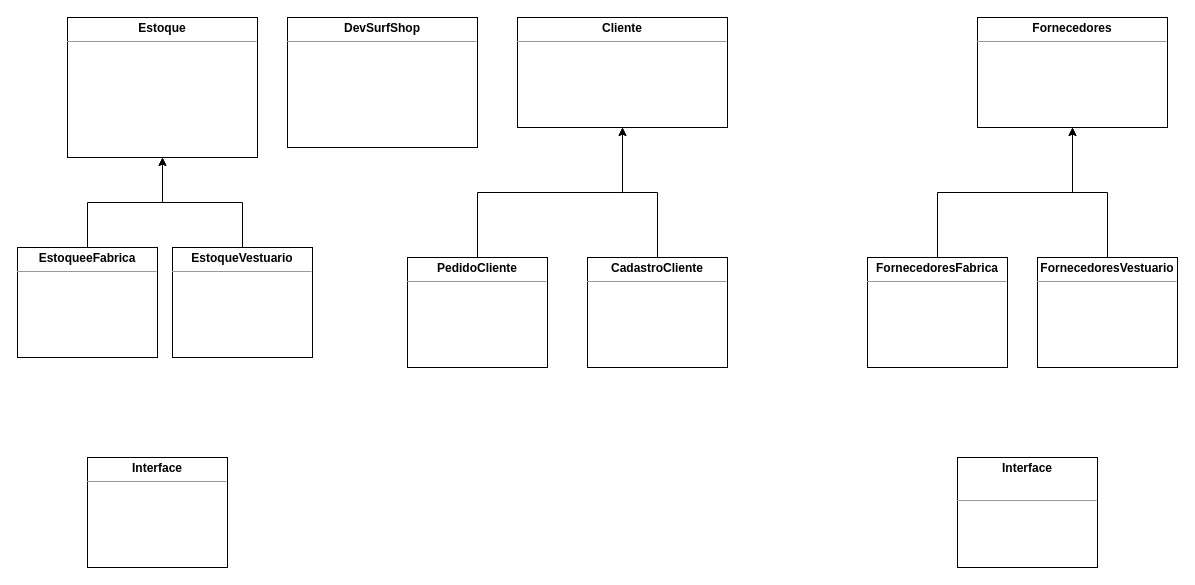
caionps/DevSurfShop keeps this draw.io diagram as Untitled Diagram.drawio. Above is the earlier version. Source tidied: cells renumbered, new cells numbered last; positions are measured from the earlier drawing's top-left corner, leaving out a move shared by most shapes. Both pictures are drawn from the tidied source at 100%, with x=0, y=0 at pixel (17, 17).
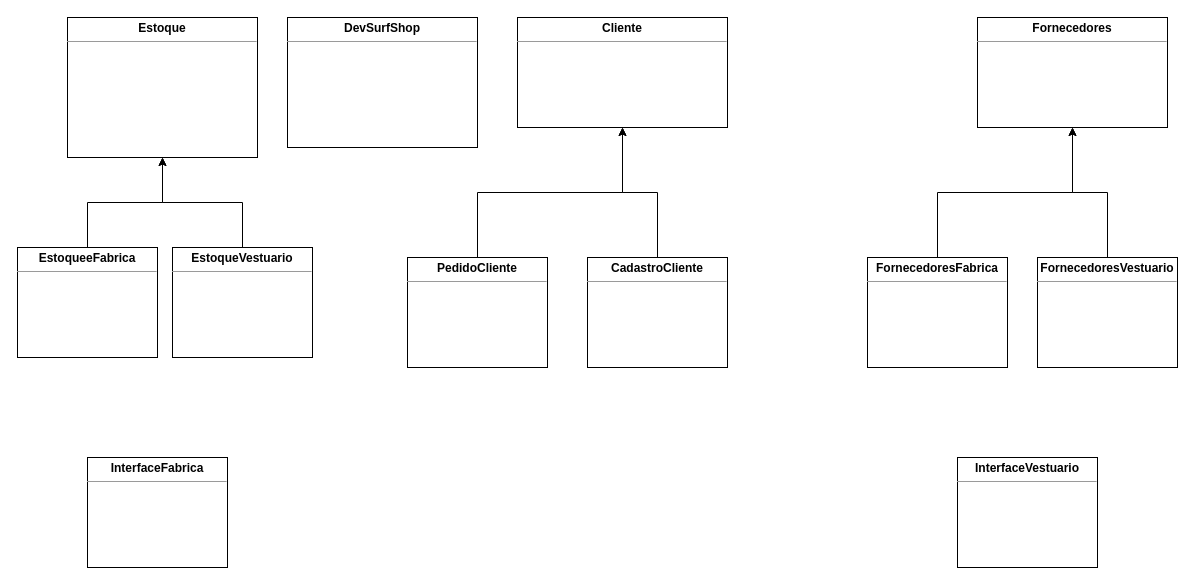
The same diagram, later.

What changed in the source:
```diff
@@
 <mxGraphModel>
   <root>
     <mxCell id="0" />
     <mxCell id="1" parent="0" />
     <mxCell id="2" value="&lt;p style=&quot;margin: 0px ; margin-top: 4px ; text-align: center&quot;&gt;&lt;b&gt;DevSurfShop&lt;/b&gt;&lt;/p&gt;&lt;hr size=&quot;1&quot;&gt;&lt;p style=&quot;margin: 0px ; margin-left: 4px&quot;&gt;&lt;br&gt;&lt;/p&gt;" style="verticalAlign=top;align=left;overflow=fill;fontSize=12;fontFamily=Helvetica;html=1;" parent="1" vertex="1">
       <mxGeometry x="270" width="190" height="130" as="geometry" />
     </mxCell>
     <mxCell id="3" value="&lt;p style=&quot;margin: 0px ; margin-top: 4px ; text-align: center&quot;&gt;&lt;b&gt;Estoque&lt;/b&gt;&lt;/p&gt;&lt;hr size=&quot;1&quot;&gt;&lt;p style=&quot;margin: 0px ; margin-left: 4px&quot;&gt;&lt;br&gt;&lt;/p&gt;" style="verticalAlign=top;align=left;overflow=fill;fontSize=12;fontFamily=Helvetica;html=1;" parent="1" vertex="1">
       <mxGeometry x="50" width="190" height="140" as="geometry" />
     </mxCell>
     <mxCell id="4" value="&lt;p style=&quot;margin: 0px ; margin-top: 4px ; text-align: center&quot;&gt;&lt;b&gt;Cliente&lt;/b&gt;&lt;/p&gt;&lt;hr size=&quot;1&quot;&gt;&lt;p style=&quot;margin: 0px ; margin-left: 4px&quot;&gt;&lt;br&gt;&lt;/p&gt;" style="verticalAlign=top;align=left;overflow=fill;fontSize=12;fontFamily=Helvetica;html=1;" parent="1" vertex="1">
       <mxGeometry x="500" width="210" height="110" as="geometry" />
     </mxCell>
     <mxCell id="5" value="&lt;p style=&quot;margin: 0px ; margin-top: 4px ; text-align: center&quot;&gt;&lt;b&gt;Fornecedores&lt;/b&gt;&lt;/p&gt;&lt;hr size=&quot;1&quot;&gt;&lt;p style=&quot;margin: 0px ; margin-left: 4px&quot;&gt;&lt;br&gt;&lt;/p&gt;" style="verticalAlign=top;align=left;overflow=fill;fontSize=12;fontFamily=Helvetica;html=1;" parent="1" vertex="1">
       <mxGeometry x="960" width="190" height="110" as="geometry" />
     </mxCell>
     <mxCell id="6" style="edgeStyle=orthogonalEdgeStyle;rounded=0;jettySize=auto;html=1;exitX=0.5;exitY=0;exitDx=0;exitDy=0;entryX=0.5;entryY=1;entryDx=0;entryDy=0;" parent="1" edge="1" source="7" target="3">
       <mxGeometry relative="1" as="geometry" />
     </mxCell>
     <mxCell id="7" value="&lt;p style=&quot;margin: 0px ; margin-top: 4px ; text-align: center&quot;&gt;&lt;b&gt;EstoqueeFabrica&lt;/b&gt;&lt;/p&gt;&lt;hr size=&quot;1&quot;&gt;&lt;p style=&quot;margin: 0px ; margin-left: 4px&quot;&gt;&lt;br&gt;&lt;/p&gt;" style="verticalAlign=top;align=left;overflow=fill;fontSize=12;fontFamily=Helvetica;html=1;" parent="1" vertex="1">
       <mxGeometry y="230" width="140" height="110" as="geometry" />
     </mxCell>
     <mxCell id="8" style="edgeStyle=orthogonalEdgeStyle;rounded=0;jettySize=auto;html=1;exitX=0.5;exitY=0;exitDx=0;exitDy=0;entryX=0.5;entryY=1;entryDx=0;entryDy=0;" parent="1" edge="1" source="9" target="3">
       <mxGeometry relative="1" as="geometry" />
     </mxCell>
     <mxCell id="9" value="&lt;p style=&quot;margin: 0px ; margin-top: 4px ; text-align: center&quot;&gt;&lt;b&gt;EstoqueVestuario&lt;/b&gt;&lt;/p&gt;&lt;hr size=&quot;1&quot;&gt;&lt;p style=&quot;margin: 0px ; margin-left: 4px&quot;&gt;&lt;br&gt;&lt;/p&gt;" style="verticalAlign=top;align=left;overflow=fill;fontSize=12;fontFamily=Helvetica;html=1;" parent="1" vertex="1">
       <mxGeometry x="155" y="230" width="140" height="110" as="geometry" />
     </mxCell>
     <mxCell id="10" style="edgeStyle=orthogonalEdgeStyle;rounded=0;jettySize=auto;html=1;exitX=0.5;exitY=0;exitDx=0;exitDy=0;entryX=0.5;entryY=1;entryDx=0;entryDy=0;" parent="1" edge="1" source="11" target="4">
       <mxGeometry relative="1" as="geometry" />
     </mxCell>
     <mxCell id="11" value="&lt;p style=&quot;margin: 0px ; margin-top: 4px ; text-align: center&quot;&gt;&lt;b&gt;PedidoCliente&lt;/b&gt;&lt;/p&gt;&lt;hr size=&quot;1&quot;&gt;&lt;p style=&quot;margin: 0px ; margin-left: 4px&quot;&gt;&lt;br&gt;&lt;/p&gt;" style="verticalAlign=top;align=left;overflow=fill;fontSize=12;fontFamily=Helvetica;html=1;" parent="1" vertex="1">
       <mxGeometry x="390" y="240" width="140" height="110" as="geometry" />
     </mxCell>
     <mxCell id="12" style="edgeStyle=orthogonalEdgeStyle;rounded=0;jettySize=auto;html=1;exitX=0.5;exitY=0;exitDx=0;exitDy=0;entryX=0.5;entryY=1;entryDx=0;entryDy=0;" parent="1" edge="1" source="13" target="4">
       <mxGeometry relative="1" as="geometry" />
     </mxCell>
     <mxCell id="13" value="&lt;p style=&quot;margin: 0px ; margin-top: 4px ; text-align: center&quot;&gt;&lt;b&gt;CadastroCliente&lt;/b&gt;&lt;/p&gt;&lt;hr size=&quot;1&quot;&gt;&lt;p style=&quot;margin: 0px ; margin-left: 4px&quot;&gt;&lt;br&gt;&lt;/p&gt;" style="verticalAlign=top;align=left;overflow=fill;fontSize=12;fontFamily=Helvetica;html=1;" parent="1" vertex="1">
       <mxGeometry x="570" y="240" width="140" height="110" as="geometry" />
     </mxCell>
     <mxCell id="14" style="edgeStyle=orthogonalEdgeStyle;rounded=0;jettySize=auto;html=1;exitX=0.5;exitY=0;exitDx=0;exitDy=0;" parent="1" edge="1" source="15" target="5">
       <mxGeometry relative="1" as="geometry" />
     </mxCell>
     <mxCell id="15" value="&lt;p style=&quot;margin: 0px ; margin-top: 4px ; text-align: center&quot;&gt;&lt;b&gt;FornecedoresFabrica&lt;/b&gt;&lt;/p&gt;&lt;hr size=&quot;1&quot;&gt;&lt;p style=&quot;margin: 0px ; margin-left: 4px&quot;&gt;&lt;br&gt;&lt;/p&gt;" style="verticalAlign=top;align=left;overflow=fill;fontSize=12;fontFamily=Helvetica;html=1;" parent="1" vertex="1">
       <mxGeometry x="850" y="240" width="140" height="110" as="geometry" />
     </mxCell>
     <mxCell id="16" style="edgeStyle=orthogonalEdgeStyle;rounded=0;jettySize=auto;html=1;exitX=0.5;exitY=0;exitDx=0;exitDy=0;" parent="1" edge="1" source="17" target="5">
       <mxGeometry relative="1" as="geometry" />
     </mxCell>
     <mxCell id="17" value="&lt;p style=&quot;margin: 0px ; margin-top: 4px ; text-align: center&quot;&gt;&lt;b&gt;FornecedoresVestuario&lt;/b&gt;&lt;/p&gt;&lt;hr size=&quot;1&quot;&gt;&lt;p style=&quot;margin: 0px ; margin-left: 4px&quot;&gt;&lt;br&gt;&lt;/p&gt;" style="verticalAlign=top;align=left;overflow=fill;fontSize=12;fontFamily=Helvetica;html=1;" parent="1" vertex="1">
       <mxGeometry x="1020" y="240" width="140" height="110" as="geometry" />
     </mxCell>
-    <mxCell id="18" value="&lt;p style=&quot;margin: 0px ; margin-top: 4px ; text-align: center&quot;&gt;&lt;b&gt;Interface&lt;/b&gt;&lt;/p&gt;&lt;hr size=&quot;1&quot;&gt;&lt;p style=&quot;margin: 0px ; margin-left: 4px&quot;&gt;&lt;br&gt;&lt;/p&gt;" style="verticalAlign=top;align=left;overflow=fill;fontSize=12;fontFamily=Helvetica;html=1;" parent="1" vertex="1">
+    <mxCell id="18" value="&lt;p style=&quot;margin: 0px ; margin-top: 4px ; text-align: center&quot;&gt;&lt;b&gt;InterfaceFabrica&lt;/b&gt;&lt;/p&gt;&lt;hr size=&quot;1&quot;&gt;&lt;p style=&quot;margin: 0px ; margin-left: 4px&quot;&gt;&lt;br&gt;&lt;/p&gt;" style="verticalAlign=top;align=left;overflow=fill;fontSize=12;fontFamily=Helvetica;html=1;" parent="1" vertex="1">
       <mxGeometry x="70" y="440" width="140" height="110" as="geometry" />
     </mxCell>
-    <mxCell id="19" value="&lt;p style=&quot;margin: 0px ; margin-top: 4px ; text-align: center&quot;&gt;&lt;b&gt;Interface&lt;/b&gt;&lt;/p&gt;&lt;p style=&quot;margin: 0px ; margin-top: 4px ; text-align: center&quot;&gt;&lt;b&gt;&lt;br&gt;&lt;/b&gt;&lt;/p&gt;&lt;hr size=&quot;1&quot;&gt;&lt;p style=&quot;margin: 0px ; margin-left: 4px&quot;&gt;&lt;br&gt;&lt;/p&gt;" style="verticalAlign=top;align=left;overflow=fill;fontSize=12;fontFamily=Helvetica;html=1;" parent="1" vertex="1">
+    <mxCell id="19" value="&lt;p style=&quot;margin: 0px ; margin-top: 4px ; text-align: center&quot;&gt;&lt;b&gt;InterfaceVestuario&lt;/b&gt;&lt;/p&gt;&lt;hr size=&quot;1&quot;&gt;&lt;p style=&quot;margin: 0px ; margin-left: 4px&quot;&gt;&lt;br&gt;&lt;/p&gt;" style="verticalAlign=top;align=left;overflow=fill;fontSize=12;fontFamily=Helvetica;html=1;" parent="1" vertex="1">
       <mxGeometry x="940" y="440" width="140" height="110" as="geometry" />
     </mxCell>
   </root>
 </mxGraphModel>
```
